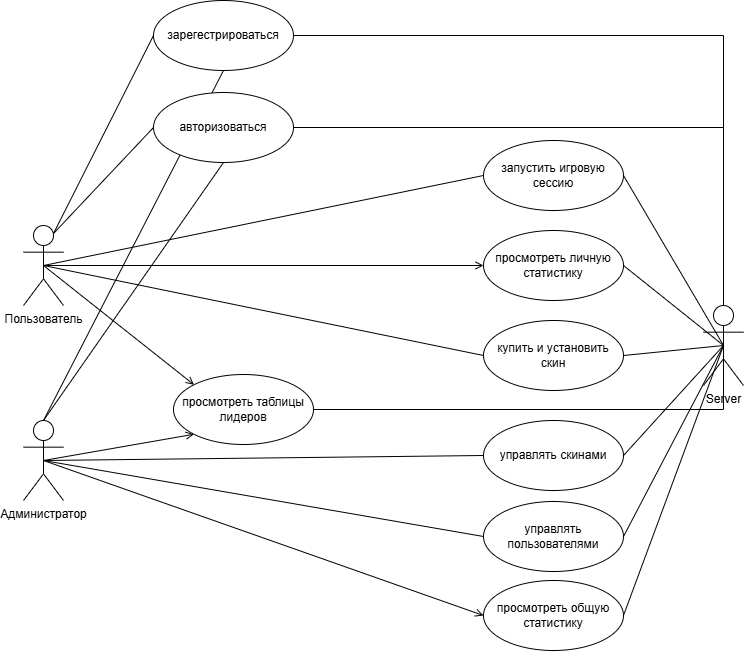
Earlier version of the draw.io export UseCase.drawio.png (mandrus-ai/MITP_2026). Source tidied: cells renumbered, new cells last; positions are measured from the earlier drawing's top-left corner, leaving out a move shared by most shapes.
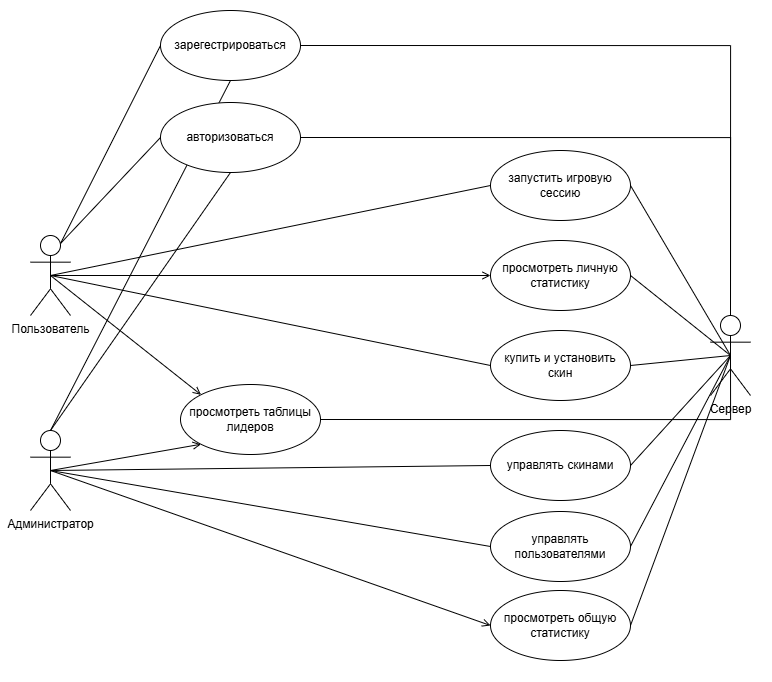
The same file after the commit.

What changed in the source:
```diff
@@ -2,6 +2,9 @@
   <root>
     <mxCell id="0" />
     <mxCell id="1" parent="0" />
+    <mxCell id="38" style="rounded=0;whiteSpace=wrap;html=1;strokeColor=light-dark(#ffffff, #ededed);" parent="1" vertex="1">
+      <mxGeometry y="-10" width="770" height="680" as="geometry" />
+    </mxCell>
     <mxCell id="2" style="edgeStyle=orthogonalEdgeStyle;rounded=0;orthogonalLoop=1;jettySize=auto;html=1;exitX=0.5;exitY=0.5;exitDx=0;exitDy=0;exitPerimeter=0;entryX=0.5;entryY=0;entryDx=0;entryDy=0;endArrow=none;endFill=0;" parent="1" edge="1">
       <mxGeometry relative="1" as="geometry">
         <mxPoint x="110" y="350" as="sourcePoint" />
@@ -21,7 +24,7 @@
         </Array>
       </mxGeometry>
     </mxCell>
-    <mxCell id="4" value="Server&lt;div&gt;&lt;br&gt;&lt;/div&gt;" style="shape=umlActor;verticalLabelPosition=bottom;verticalAlign=top;html=1;outlineConnect=0;" parent="1" vertex="1">
+    <mxCell id="4" value="&lt;div&gt;Сервер&lt;/div&gt;" style="shape=umlActor;verticalLabelPosition=bottom;verticalAlign=top;html=1;outlineConnect=0;" parent="1" vertex="1">
       <mxGeometry x="710" y="305" width="40" height="80" as="geometry" />
     </mxCell>
     <mxCell id="5" style="edgeStyle=orthogonalEdgeStyle;rounded=0;orthogonalLoop=1;jettySize=auto;html=1;exitX=0;exitY=0.5;exitDx=0;exitDy=0;entryX=0.25;entryY=0.1;entryDx=0;entryDy=0;entryPerimeter=0;dashed=1;" parent="1" edge="1">
```
